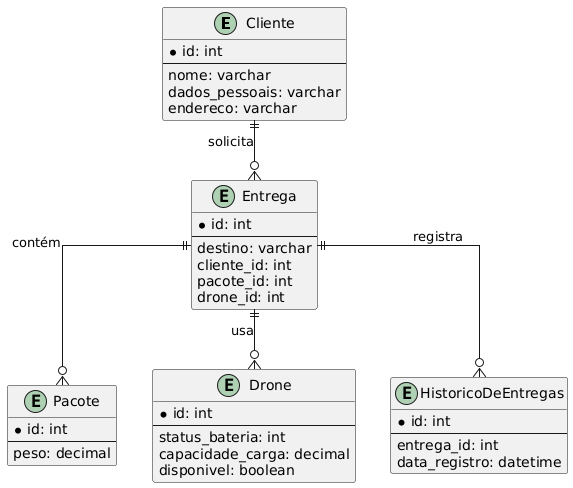
Before: docs/bancoDeDados.png, a diagram exported from PlantUML (caiosaraiv1/UML-Classroom-FCI). Source of this version:
```plantuml
@startuml
skinparam linetype ortho

entity Cliente {
  *id: int
  --
  nome: varchar
  dados_pessoais: varchar
  endereco: varchar
}

entity Pacote {
  *id: int
  --
  peso: decimal
}

entity Drone {
  *id: int
  --
  status_bateria: int
  capacidade_carga: decimal
  disponivel: boolean
}

entity Entrega {
  *id: int
  --
  destino: varchar
  cliente_id: int
  pacote_id: int
  drone_id: int
}

entity HistoricoDeEntregas {
  *id: int
  --
  entrega_id: int
  data_registro: datetime
}

Cliente ||--o{ Entrega : "solicita"
Entrega ||--o{ Pacote : "contém"
Entrega ||--o{ Drone : "usa"

Entrega ||--o{ HistoricoDeEntregas : "registra"
@enduml
```
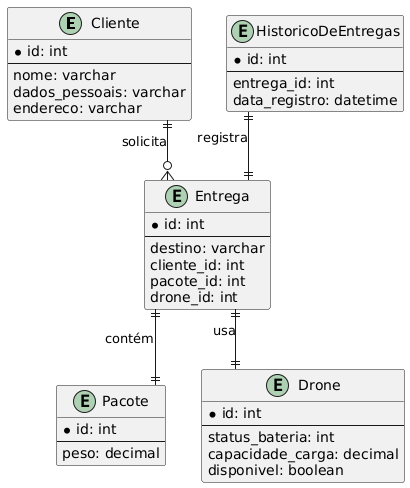
The same diagram one commit later.

Commit message:
Modificação banco de dados

Change to the diagram source:
```diff
@@ -40,8 +40,10 @@
 }
 
 Cliente ||--o{ Entrega : "solicita"
-Entrega ||--o{ Pacote : "contém"
-Entrega ||--o{ Drone : "usa"
 
-Entrega ||--o{ HistoricoDeEntregas : "registra"
+Entrega ||--|| Pacote : "contém"
+
+Entrega ||--|| Drone : "usa"
+
+HistoricoDeEntregas ||--|| Entrega : "registra"
 @enduml
```
